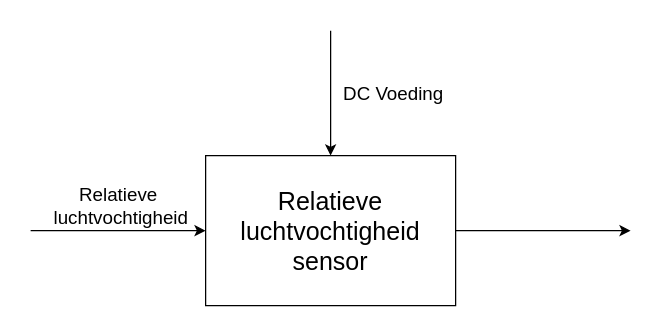
Before: Sensors/Temperatuur/Drawio/Systeem_niveau_Systeemontwerp_relatieve_luchtvochtigheid.drawio in Niek8888/Systeemontwerp, a draw.io diagram. Source tidied: cells renumbered, new cells numbered last; positions are measured from the earlier drawing's top-left corner, leaving out a move shared by most shapes. Both pictures are drawn from the tidied source at 125%, with x=0, y=0 at pixel (30, 30).
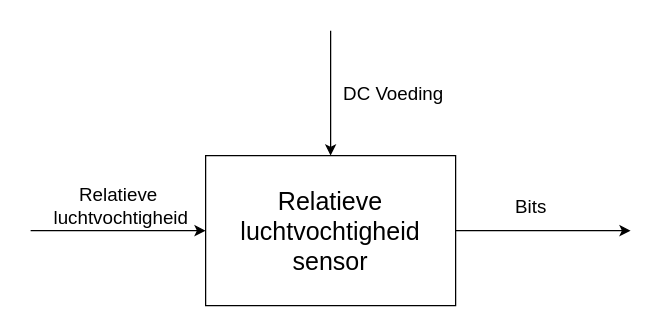
The same diagram, later.

Change to the diagram source:
```diff
@@
 <mxGraphModel>
   <root>
     <mxCell id="0" />
     <mxCell id="1" parent="0" />
-    <mxCell id="2" style="edgeStyle=orthogonalEdgeStyle;rounded=0;jettySize=auto;html=1;fontSize=15;" parent="1" edge="1" source="3">
-      <mxGeometry y="10" relative="1" as="geometry">
+    <mxCell id="2" value="Bits" style="edgeStyle=orthogonalEdgeStyle;rounded=0;jettySize=auto;html=1;fontSize=15;" parent="1" edge="1" source="3">
+      <mxGeometry y="-10" relative="1" as="geometry">
         <mxPoint x="480" y="160" as="targetPoint" />
+        <mxPoint y="-20" as="offset" />
       </mxGeometry>
     </mxCell>
     <mxCell id="3" value="Relatieve luchtvochtigheid sensor" style="rounded=0;whiteSpace=wrap;html=1;fontSize=20;" parent="1" vertex="1">
       <mxGeometry x="140" y="100" width="200" height="120" as="geometry" />
     </mxCell>
     <mxCell id="4" value="Relatieve&lt;br&gt;&amp;nbsp;luchtvochtigheid" style="endArrow=classic;html=1;rounded=0;fontSize=15;entryX=0;entryY=0.5;entryDx=0;entryDy=0;" parent="1" edge="1" target="3">
       <mxGeometry y="20" relative="1" as="geometry">
         <mxPoint y="160" as="sourcePoint" />
       </mxGeometry>
     </mxCell>
     <mxCell id="5" value="DC Voeding" style="endArrow=classic;html=1;rounded=0;fontSize=15;entryX=0.5;entryY=0;entryDx=0;entryDy=0;" parent="1" edge="1" target="3">
       <mxGeometry y="50" relative="1" as="geometry">
         <mxPoint x="240" as="sourcePoint" />
       </mxGeometry>
     </mxCell>
   </root>
 </mxGraphModel>
```
